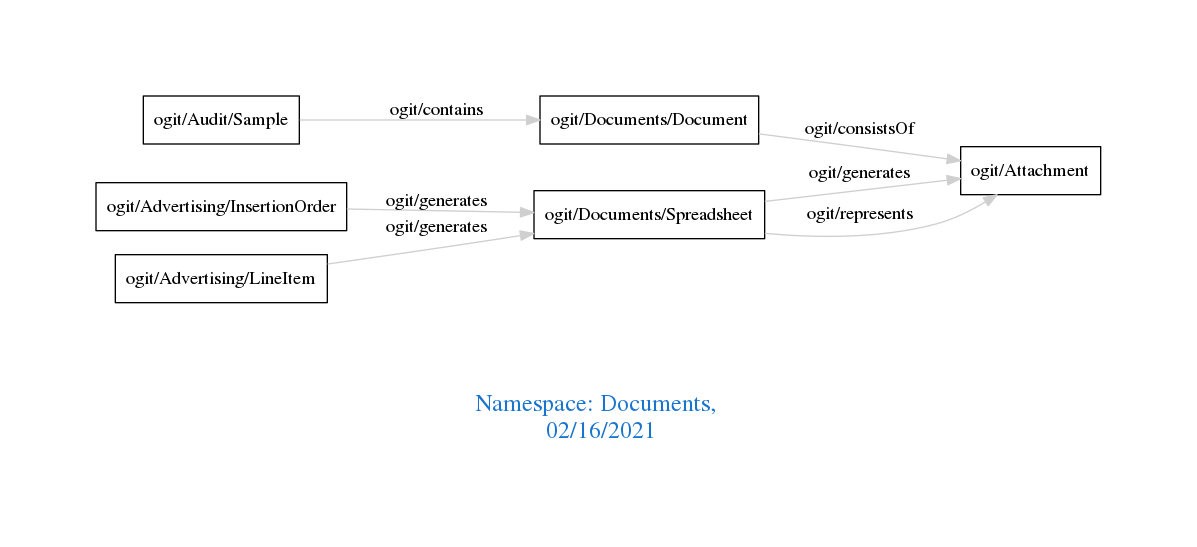
Above: downloads/Documents.png in arago/OGIT (Graphviz), before the change. Its source is kept beside it as downloads/Documents.dot.
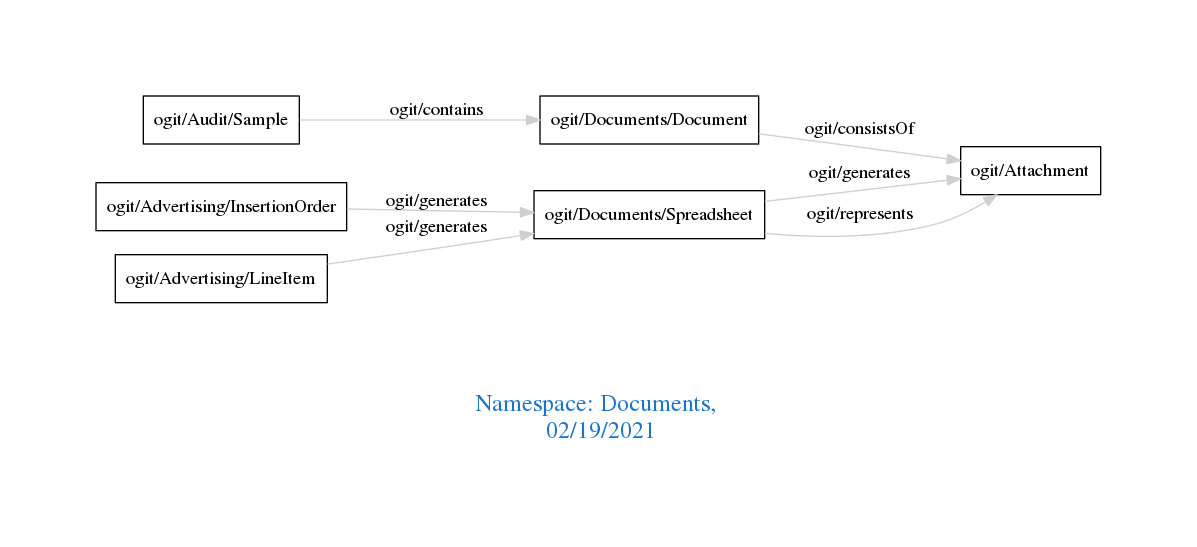
The same diagram one commit later.

What changed in the source:
```diff
@@ -1,7 +1,7 @@
 digraph OGIT_ontology {
  graph [ rankdir= LR,pad=1
 fontsize = 18,
-fontcolor= dodgerblue3,label = "\n\n\nNamespace: Documents, \n 02/16/2021"];
+fontcolor= dodgerblue3,label = "\n\n\nNamespace: Documents, \n 02/19/2021"];
 node[shape=polygon];
 edge [  color="gray81"];
 
```
